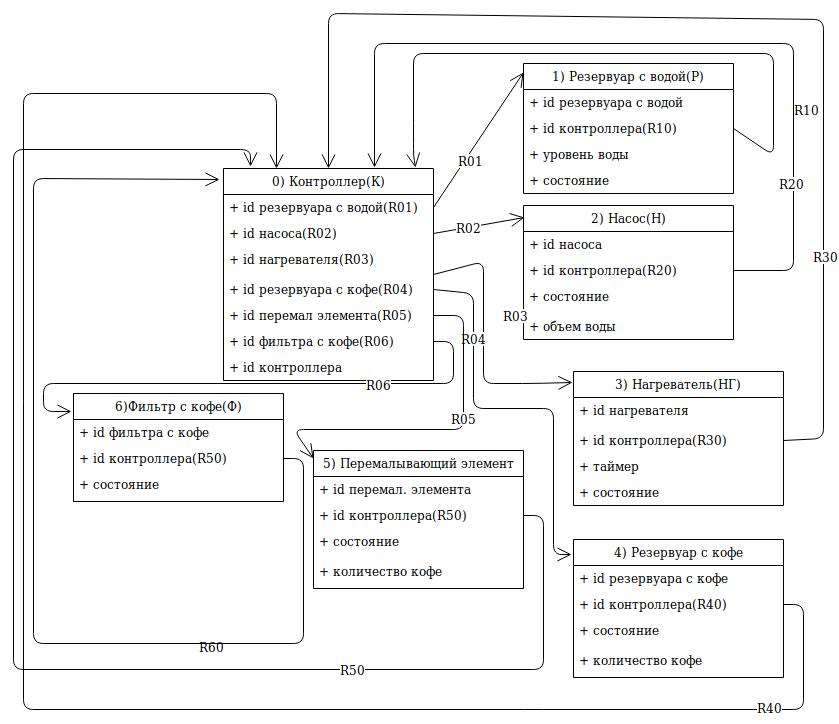
Before: oop/oop5/ER.png, a diagram exported from draw.io (ansushina/sem4). Source tidied: cells renumbered, new cells last; positions are measured from the earlier drawing's top-left corner, leaving out a move shared by most shapes.
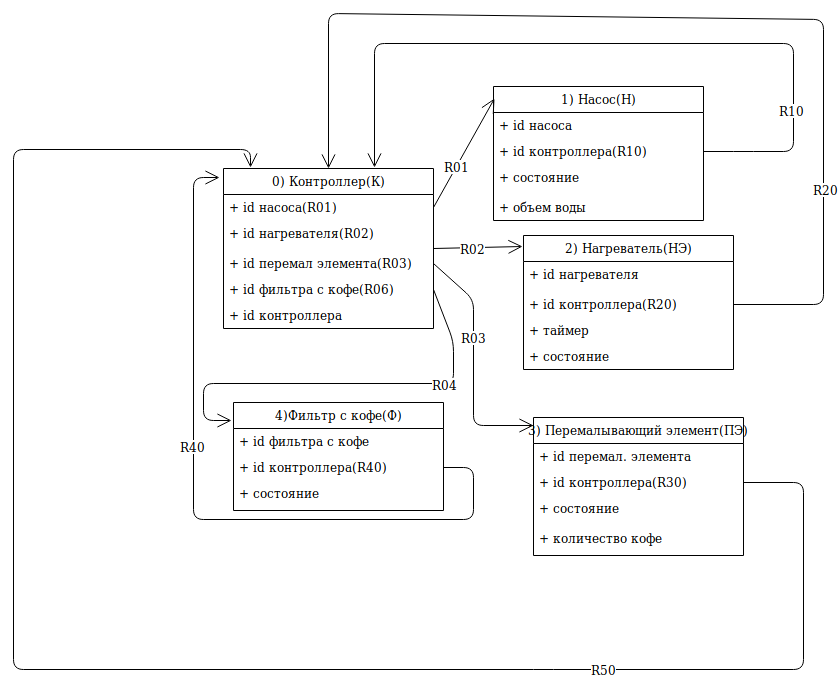
Later version of the same file.

The edit, as a diff of the source:
```diff
@@ -3,51 +3,30 @@
     <mxCell id="0" />
     <mxCell id="1" parent="0" />
     <mxCell id="2" value="0) Контроллер(К)" style="swimlane;fontStyle=0;horizontal=1;startSize=26;fillColor=none;" parent="1" vertex="1">
-      <mxGeometry x="210" y="155" width="210" height="212" as="geometry" />
+      <mxGeometry x="210" y="155" width="210" height="160" as="geometry" />
     </mxCell>
-    <mxCell id="3" value="+ id резервуара с водой(R01)" style="text;strokeColor=none;fillColor=none;align=left;verticalAlign=top;spacingLeft=4;spacingRight=4;overflow=hidden;points=[[0,0.5],[1,0.5]];portConstraint=eastwest;" parent="2" vertex="1">
-      <mxGeometry y="26" width="210" height="26" as="geometry" />
-    </mxCell>
-    <mxCell id="4" value="+ id насоса(R02)" style="text;strokeColor=none;fillColor=none;align=left;verticalAlign=top;spacingLeft=4;spacingRight=4;overflow=hidden;points=[[0,0.5],[1,0.5]];portConstraint=eastwest;" parent="2" vertex="1">
-      <mxGeometry y="52" width="210" height="26" as="geometry" />
+    <mxCell id="4" value="+ id насоса(R01)" style="text;strokeColor=none;fillColor=none;align=left;verticalAlign=top;spacingLeft=4;spacingRight=4;overflow=hidden;points=[[0,0.5],[1,0.5]];portConstraint=eastwest;" parent="2" vertex="1">
+      <mxGeometry y="26" width="210" height="26" as="geometry" />
     </mxCell>
-    <mxCell id="5" value="+ id нагревателя(R03)" style="text;strokeColor=none;fillColor=none;align=left;verticalAlign=top;spacingLeft=4;spacingRight=4;overflow=hidden;" parent="2" vertex="1">
-      <mxGeometry y="78" width="210" height="30" as="geometry" />
+    <mxCell id="5" value="+ id нагревателя(R02)" style="text;strokeColor=none;fillColor=none;align=left;verticalAlign=top;spacingLeft=4;spacingRight=4;overflow=hidden;" parent="2" vertex="1">
+      <mxGeometry y="52" width="210" height="30" as="geometry" />
     </mxCell>
-    <mxCell id="6" value="+ id резервуара с кофе(R04)" style="text;strokeColor=none;fillColor=none;align=left;verticalAlign=top;spacingLeft=4;spacingRight=4;overflow=hidden;points=[[0,0.5],[1,0.5]];portConstraint=eastwest;" parent="2" vertex="1">
-      <mxGeometry y="108" width="210" height="26" as="geometry" />
-    </mxCell>
-    <mxCell id="7" value="+ id перемал элемента(R05)" style="text;strokeColor=none;fillColor=none;align=left;verticalAlign=top;spacingLeft=4;spacingRight=4;overflow=hidden;points=[[0,0.5],[1,0.5]];portConstraint=eastwest;" parent="2" vertex="1">
-      <mxGeometry y="134" width="210" height="26" as="geometry" />
+    <mxCell id="7" value="+ id перемал элемента(R03)" style="text;strokeColor=none;fillColor=none;align=left;verticalAlign=top;spacingLeft=4;spacingRight=4;overflow=hidden;points=[[0,0.5],[1,0.5]];portConstraint=eastwest;" parent="2" vertex="1">
+      <mxGeometry y="82" width="210" height="26" as="geometry" />
     </mxCell>
     <mxCell id="8" value="+ id фильтра с кофе(R06)" style="text;strokeColor=none;fillColor=none;align=left;verticalAlign=top;spacingLeft=4;spacingRight=4;overflow=hidden;points=[[0,0.5],[1,0.5]];portConstraint=eastwest;" parent="2" vertex="1">
-      <mxGeometry y="160" width="210" height="26" as="geometry" />
+      <mxGeometry y="108" width="210" height="26" as="geometry" />
     </mxCell>
     <mxCell id="9" value="+ id контроллера" style="text;strokeColor=none;fillColor=none;align=left;verticalAlign=top;spacingLeft=4;spacingRight=4;overflow=hidden;" parent="2" vertex="1">
-      <mxGeometry y="186" width="210" height="26" as="geometry" />
+      <mxGeometry y="134" width="210" height="26" as="geometry" />
     </mxCell>
-    <mxCell id="10" value="1) Резервуар с водой(Р)" style="swimlane;fontStyle=0;horizontal=1;startSize=26;fillColor=none;" parent="1" vertex="1">
-      <mxGeometry x="510" y="50" width="210" height="130" as="geometry" />
-    </mxCell>
-    <mxCell id="11" value="+ id резервуара с водой" style="text;strokeColor=none;fillColor=none;align=left;verticalAlign=top;spacingLeft=4;spacingRight=4;overflow=hidden;" parent="10" vertex="1">
-      <mxGeometry y="26" width="210" height="26" as="geometry" />
-    </mxCell>
-    <mxCell id="12" value="+ id контроллера(R10)" style="text;strokeColor=none;fillColor=none;align=left;verticalAlign=top;spacingLeft=4;spacingRight=4;overflow=hidden;points=[[0,0.5],[1,0.5]];portConstraint=eastwest;" parent="10" vertex="1">
-      <mxGeometry y="52" width="210" height="26" as="geometry" />
-    </mxCell>
-    <mxCell id="13" value="+ уровень воды" style="text;strokeColor=none;fillColor=none;align=left;verticalAlign=top;spacingLeft=4;spacingRight=4;overflow=hidden;" parent="10" vertex="1">
-      <mxGeometry y="78" width="210" height="26" as="geometry" />
-    </mxCell>
-    <mxCell id="14" value="+ состояние" style="text;strokeColor=none;fillColor=none;align=left;verticalAlign=top;spacingLeft=4;spacingRight=4;overflow=hidden;" parent="10" vertex="1">
-      <mxGeometry y="104" width="210" height="26" as="geometry" />
-    </mxCell>
-    <mxCell id="15" value="2) Насос(Н)" style="swimlane;fontStyle=0;horizontal=1;startSize=26;fillColor=none;" parent="1" vertex="1">
-      <mxGeometry x="510" y="192" width="210" height="134" as="geometry" />
+    <mxCell id="15" value="1) Насос(Н)" style="swimlane;fontStyle=0;horizontal=1;startSize=26;fillColor=none;" parent="1" vertex="1">
+      <mxGeometry x="480" y="73" width="210" height="134" as="geometry" />
     </mxCell>
     <mxCell id="16" value="+ id насоса" style="text;strokeColor=none;fillColor=none;align=left;verticalAlign=top;spacingLeft=4;spacingRight=4;overflow=hidden;" parent="15" vertex="1">
       <mxGeometry y="26" width="210" height="26" as="geometry" />
     </mxCell>
-    <mxCell id="17" value="+ id контроллера(R20)" style="text;strokeColor=none;fillColor=none;align=left;verticalAlign=top;spacingLeft=4;spacingRight=4;overflow=hidden;points=[[0,0.5],[1,0.5]];portConstraint=eastwest;" parent="15" vertex="1">
+    <mxCell id="17" value="+ id контроллера(R10)" style="text;strokeColor=none;fillColor=none;align=left;verticalAlign=top;spacingLeft=4;spacingRight=4;overflow=hidden;points=[[0,0.5],[1,0.5]];portConstraint=eastwest;" parent="15" vertex="1">
       <mxGeometry y="52" width="210" height="26" as="geometry" />
     </mxCell>
     <mxCell id="18" value="+ состояние" style="text;strokeColor=none;fillColor=none;align=left;verticalAlign=top;spacingLeft=4;spacingRight=4;overflow=hidden;" parent="15" vertex="1">
@@ -56,13 +35,13 @@
     <mxCell id="19" value="+ объем воды" style="text;strokeColor=none;fillColor=none;align=left;verticalAlign=top;spacingLeft=4;spacingRight=4;overflow=hidden;" parent="15" vertex="1">
       <mxGeometry y="108" width="210" height="26" as="geometry" />
     </mxCell>
-    <mxCell id="20" value="3) Нагреватель(НГ)" style="swimlane;fontStyle=0;horizontal=1;startSize=26;fillColor=none;" parent="1" vertex="1">
-      <mxGeometry x="560" y="358" width="210" height="134" as="geometry" />
+    <mxCell id="20" value="2) Нагреватель(НЭ)" style="swimlane;fontStyle=0;horizontal=1;startSize=26;fillColor=none;" parent="1" vertex="1">
+      <mxGeometry x="510" y="222" width="210" height="134" as="geometry" />
     </mxCell>
     <mxCell id="21" value="+ id нагревателя" style="text;strokeColor=none;fillColor=none;align=left;verticalAlign=top;spacingLeft=4;spacingRight=4;overflow=hidden;" parent="20" vertex="1">
       <mxGeometry y="26" width="210" height="30" as="geometry" />
     </mxCell>
-    <mxCell id="22" value="+ id контроллера(R30)" style="text;strokeColor=none;fillColor=none;align=left;verticalAlign=top;spacingLeft=4;spacingRight=4;overflow=hidden;points=[[0,0.5],[1,0.5]];portConstraint=eastwest;" parent="20" vertex="1">
+    <mxCell id="22" value="+ id контроллера(R20)" style="text;strokeColor=none;fillColor=none;align=left;verticalAlign=top;spacingLeft=4;spacingRight=4;overflow=hidden;points=[[0,0.5],[1,0.5]];portConstraint=eastwest;" parent="20" vertex="1">
       <mxGeometry y="56" width="210" height="26" as="geometry" />
     </mxCell>
     <mxCell id="23" value="+ таймер" style="text;strokeColor=none;fillColor=none;align=left;verticalAlign=top;spacingLeft=4;spacingRight=4;overflow=hidden;" parent="20" vertex="1">
@@ -71,160 +50,90 @@
     <mxCell id="24" value="+ состояние" style="text;strokeColor=none;fillColor=none;align=left;verticalAlign=top;spacingLeft=4;spacingRight=4;overflow=hidden;" parent="20" vertex="1">
       <mxGeometry y="108" width="210" height="26" as="geometry" />
     </mxCell>
-    <mxCell id="25" value="4) Резервуар с кофе" style="swimlane;fontStyle=0;horizontal=1;startSize=26;fillColor=none;" parent="1" vertex="1">
-      <mxGeometry x="560" y="526" width="210" height="138" as="geometry" />
-    </mxCell>
-    <mxCell id="26" value="+ id резервуара с кофе" style="text;strokeColor=none;fillColor=none;align=left;verticalAlign=top;spacingLeft=4;spacingRight=4;overflow=hidden;" parent="25" vertex="1">
-      <mxGeometry y="26" width="210" height="26" as="geometry" />
-    </mxCell>
-    <mxCell id="27" value="+ id контроллера(R40)" style="text;strokeColor=none;fillColor=none;align=left;verticalAlign=top;spacingLeft=4;spacingRight=4;overflow=hidden;points=[[0,0.5],[1,0.5]];portConstraint=eastwest;" parent="25" vertex="1">
-      <mxGeometry y="52" width="210" height="26" as="geometry" />
-    </mxCell>
-    <mxCell id="28" value="+ состояние" style="text;strokeColor=none;fillColor=none;align=left;verticalAlign=top;spacingLeft=4;spacingRight=4;overflow=hidden;" parent="25" vertex="1">
-      <mxGeometry y="78" width="210" height="30" as="geometry" />
-    </mxCell>
-    <mxCell id="29" value="+ количество кофе" style="text;strokeColor=none;fillColor=none;align=left;verticalAlign=top;spacingLeft=4;spacingRight=4;overflow=hidden;" parent="25" vertex="1">
-      <mxGeometry y="108" width="210" height="30" as="geometry" />
-    </mxCell>
-    <mxCell id="30" value="6)Фильтр с кофе(Ф)" style="swimlane;fontStyle=0;horizontal=1;startSize=26;fillColor=none;" parent="1" vertex="1">
-      <mxGeometry x="60" y="380" width="210" height="108" as="geometry" />
+    <mxCell id="30" value="4)Фильтр с кофе(Ф)" style="swimlane;fontStyle=0;horizontal=1;startSize=26;fillColor=none;" parent="1" vertex="1">
+      <mxGeometry x="220" y="389" width="210" height="108" as="geometry" />
     </mxCell>
     <mxCell id="31" value="+ id фильтра с кофе" style="text;strokeColor=none;fillColor=none;align=left;verticalAlign=top;spacingLeft=4;spacingRight=4;overflow=hidden;" parent="30" vertex="1">
       <mxGeometry y="26" width="210" height="26" as="geometry" />
     </mxCell>
-    <mxCell id="32" value="+ id контроллера(R50)" style="text;strokeColor=none;fillColor=none;align=left;verticalAlign=top;spacingLeft=4;spacingRight=4;overflow=hidden;points=[[0,0.5],[1,0.5]];portConstraint=eastwest;" parent="30" vertex="1">
+    <mxCell id="32" value="+ id контроллера(R40)" style="text;strokeColor=none;fillColor=none;align=left;verticalAlign=top;spacingLeft=4;spacingRight=4;overflow=hidden;points=[[0,0.5],[1,0.5]];portConstraint=eastwest;" parent="30" vertex="1">
       <mxGeometry y="52" width="210" height="26" as="geometry" />
     </mxCell>
     <mxCell id="33" value="+ состояние" style="text;strokeColor=none;fillColor=none;align=left;verticalAlign=top;spacingLeft=4;spacingRight=4;overflow=hidden;" parent="30" vertex="1">
       <mxGeometry y="78" width="210" height="30" as="geometry" />
     </mxCell>
-    <mxCell id="34" style="endArrow=open;endFill=1;endSize=12;html=1;exitX=1;exitY=0.5;exitDx=0;exitDy=0;entryX=0;entryY=0.067;entryDx=0;entryDy=0;entryPerimeter=0;" parent="1" edge="1" source="3" target="10">
-      <mxGeometry relative="1" as="geometry" />
-    </mxCell>
-    <mxCell id="35" value="R01" style="text;html=1;align=center;verticalAlign=middle;labelBackgroundColor=#ffffff;" parent="34" vertex="1">
-      <mxGeometry x="-0.26" y="-5" relative="1" as="geometry" />
-    </mxCell>
     <mxCell id="36" style="endArrow=open;endFill=1;endSize=12;html=1;exitX=1;exitY=0.5;exitDx=0;exitDy=0;entryX=0.005;entryY=0.09;entryDx=0;entryDy=0;entryPerimeter=0;" parent="1" edge="1" source="4" target="15">
       <mxGeometry relative="1" as="geometry" />
     </mxCell>
-    <mxCell id="37" value="R02" style="text;html=1;align=center;verticalAlign=middle;labelBackgroundColor=#ffffff;" parent="36" vertex="1">
+    <mxCell id="37" value="R01" style="text;html=1;align=center;verticalAlign=middle;labelBackgroundColor=#ffffff;" parent="36" vertex="1">
       <mxGeometry x="-0.23" relative="1" as="geometry" />
     </mxCell>
     <mxCell id="38" style="endArrow=open;endFill=1;endSize=12;html=1;exitX=1;exitY=0.5;exitDx=0;exitDy=0;entryX=-0.005;entryY=0.082;entryDx=0;entryDy=0;entryPerimeter=0;" parent="1" edge="1" source="2" target="20">
-      <mxGeometry relative="1" as="geometry">
-        <Array as="points">
-          <mxPoint x="470" y="248" />
-          <mxPoint x="470" y="370" />
-          <mxPoint x="519" y="370" />
-        </Array>
-      </mxGeometry>
+      <mxGeometry relative="1" as="geometry" />
     </mxCell>
-    <mxCell id="39" value="R03" style="text;html=1;align=center;verticalAlign=middle;labelBackgroundColor=#ffffff;" parent="38" vertex="1">
+    <mxCell id="39" value="R02" style="text;html=1;align=center;verticalAlign=middle;labelBackgroundColor=#ffffff;" parent="38" vertex="1">
       <mxGeometry x="-0.62" y="-27" relative="1" as="geometry">
-        <mxPoint x="27" y="27" as="offset" />
+        <mxPoint x="21" y="-27" as="offset" />
       </mxGeometry>
     </mxCell>
-    <mxCell id="40" style="endArrow=open;endFill=1;endSize=12;html=1;exitX=1;exitY=0.5;exitDx=0;exitDy=0;entryX=-0.01;entryY=0.109;entryDx=0;entryDy=0;entryPerimeter=0;" parent="1" edge="1" source="6" target="25">
-      <mxGeometry relative="1" as="geometry">
-        <Array as="points">
-          <mxPoint x="460" y="280" />
-          <mxPoint x="460" y="395" />
-          <mxPoint x="540" y="395" />
-          <mxPoint x="540" y="541" />
-        </Array>
-      </mxGeometry>
-    </mxCell>
-    <mxCell id="41" value="R04" style="text;html=1;align=center;verticalAlign=middle;labelBackgroundColor=#ffffff;" parent="40" vertex="1">
-      <mxGeometry x="-0.57" relative="1" as="geometry" />
-    </mxCell>
     <mxCell id="42" style="endArrow=open;endFill=1;endSize=12;html=1;entryX=-0.01;entryY=0.167;entryDx=0;entryDy=0;exitX=1;exitY=0.5;exitDx=0;exitDy=0;entryPerimeter=0;" parent="1" edge="1" source="8" target="30">
       <mxGeometry relative="1" as="geometry">
         <Array as="points">
           <mxPoint x="440" y="328" />
           <mxPoint x="440" y="370" />
-          <mxPoint x="30" y="370" />
-          <mxPoint x="30" y="398" />
+          <mxPoint x="190" y="370" />
+          <mxPoint x="190" y="407" />
         </Array>
       </mxGeometry>
     </mxCell>
-    <mxCell id="43" value="R06" style="text;html=1;align=center;verticalAlign=middle;labelBackgroundColor=#ffffff;" parent="42" vertex="1">
+    <mxCell id="43" value="R04" style="text;html=1;align=center;verticalAlign=middle;labelBackgroundColor=#ffffff;" parent="42" vertex="1">
       <mxGeometry x="-0.48" relative="1" as="geometry" />
     </mxCell>
-    <mxCell id="44" style="endArrow=open;endFill=1;endSize=12;html=1;elbow=vertical;exitX=1;exitY=0.5;exitDx=0;exitDy=0;entryX=0.914;entryY=-0.005;entryDx=0;entryDy=0;entryPerimeter=0;" parent="1" edge="1" source="12" target="2">
-      <mxGeometry relative="1" as="geometry">
-        <Array as="points">
-          <mxPoint x="760" y="142" />
-          <mxPoint x="760" y="40" />
-          <mxPoint x="400" y="40" />
-          <mxPoint x="400" y="120" />
-          <mxPoint x="400" y="142" />
-        </Array>
-      </mxGeometry>
-    </mxCell>
-    <mxCell id="45" value="R10" style="text;html=1;align=center;verticalAlign=middle;labelBackgroundColor=#ffffff;" parent="44" vertex="1">
-      <mxGeometry x="-0.87" y="23" relative="1" as="geometry">
-        <mxPoint x="26" y="-23" as="offset" />
-      </mxGeometry>
-    </mxCell>
     <mxCell id="46" style="endArrow=open;endFill=1;endSize=12;html=1;exitX=1;exitY=0.5;exitDx=0;exitDy=0;entryX=0.719;entryY=-0.005;entryDx=0;entryDy=0;entryPerimeter=0;" parent="1" edge="1" source="17" target="2">
       <mxGeometry relative="1" as="geometry">
         <Array as="points">
-          <mxPoint x="780" y="257" />
+          <mxPoint x="730" y="138" />
+          <mxPoint x="780" y="138" />
           <mxPoint x="780" y="30" />
           <mxPoint x="361" y="30" />
         </Array>
       </mxGeometry>
     </mxCell>
-    <mxCell id="47" value="R20" style="text;html=1;align=center;verticalAlign=middle;labelBackgroundColor=#ffffff;" parent="46" vertex="1">
+    <mxCell id="47" value="R10" style="text;html=1;align=center;verticalAlign=middle;labelBackgroundColor=#ffffff;" parent="46" vertex="1">
       <mxGeometry x="-0.64" y="2" relative="1" as="geometry" />
     </mxCell>
     <mxCell id="48" style="endArrow=open;endFill=1;endSize=12;html=1;exitX=1;exitY=0.5;exitDx=0;exitDy=0;entryX=0.5;entryY=0;entryDx=0;entryDy=0;" parent="1" edge="1" source="22" target="2">
       <mxGeometry relative="1" as="geometry">
         <Array as="points">
-          <mxPoint x="810" y="425" />
+          <mxPoint x="810" y="291" />
           <mxPoint x="810" y="6" />
           <mxPoint x="315" />
         </Array>
       </mxGeometry>
     </mxCell>
-    <mxCell id="49" value="R30" style="text;html=1;align=center;verticalAlign=middle;labelBackgroundColor=#ffffff;" parent="48" vertex="1">
+    <mxCell id="49" value="R20" style="text;html=1;align=center;verticalAlign=middle;labelBackgroundColor=#ffffff;" parent="48" vertex="1">
       <mxGeometry x="-0.6" y="-2" relative="1" as="geometry" />
     </mxCell>
-    <mxCell id="50" style="endArrow=open;endFill=1;endSize=12;html=1;exitX=1;exitY=0.5;exitDx=0;exitDy=0;entryX=0.25;entryY=0;entryDx=0;entryDy=0;" parent="1" edge="1" source="27" target="2">
-      <mxGeometry relative="1" as="geometry">
-        <Array as="points">
-          <mxPoint x="790" y="591" />
-          <mxPoint x="790" y="696" />
-          <mxPoint x="520" y="696" />
-          <mxPoint x="10" y="696" />
-          <mxPoint x="10" y="80" />
-          <mxPoint x="263" y="80" />
-        </Array>
-      </mxGeometry>
-    </mxCell>
+    <mxCell id="52" style="endArrow=open;endFill=1;endSize=12;html=1;exitX=1;exitY=0.5;exitDx=0;exitDy=0;entryX=-0.019;entryY=0.054;entryDx=0;entryDy=0;entryPerimeter=0;" parent="1" edge="1" source="32" target="2">
+      <mxGeometry relative="1" as="geometry">
+        <Array as="points">
+          <mxPoint x="460" y="454" />
+          <mxPoint x="460" y="506" />
+          <mxPoint x="180" y="506" />
+          <mxPoint x="180" y="164" />
+        </Array>
+      </mxGeometry>
+    </mxCell>
-    <mxCell id="51" value="R40" style="text;html=1;align=center;verticalAlign=middle;labelBackgroundColor=#ffffff;" parent="50" vertex="1">
-      <mxGeometry x="-0.83" y="-3" relative="1" as="geometry" />
+    <mxCell id="51" value="R40" style="text;html=1;align=center;verticalAlign=middle;labelBackgroundColor=#ffffff;" parent="52" vertex="1">
+      <mxGeometry x="0.19" y="1" relative="1" as="geometry" />
     </mxCell>
-    <mxCell id="52" style="endArrow=open;endFill=1;endSize=12;html=1;exitX=1;exitY=0.5;exitDx=0;exitDy=0;entryX=-0.019;entryY=0.054;entryDx=0;entryDy=0;entryPerimeter=0;" parent="1" edge="1" source="32" target="2">
-      <mxGeometry relative="1" as="geometry">
-        <Array as="points">
-          <mxPoint x="290" y="445" />
-          <mxPoint x="290" y="630" />
-          <mxPoint x="20" y="630" />
-          <mxPoint x="20" y="165" />
-        </Array>
-      </mxGeometry>
-    </mxCell>
-    <mxCell id="53" value="R60" style="text;html=1;align=left;verticalAlign=top;spacingTop=-4;" parent="1" vertex="1">
-      <mxGeometry x="184" y="624" width="40" height="20" as="geometry" />
-    </mxCell>
-    <mxCell id="54" value="5) Перемалывающий элемент" style="swimlane;fontStyle=0;horizontal=1;startSize=26;fillColor=none;" parent="1" vertex="1">
-      <mxGeometry x="300" y="437" width="210" height="138" as="geometry" />
+    <mxCell id="54" value="3) Перемалывающий элемент(ПЭ)" style="swimlane;fontStyle=0;horizontal=1;startSize=26;fillColor=none;" parent="1" vertex="1">
+      <mxGeometry x="520" y="404" width="210" height="138" as="geometry" />
     </mxCell>
     <mxCell id="55" value="+ id перемал. элемента" style="text;strokeColor=none;fillColor=none;align=left;verticalAlign=top;spacingLeft=4;spacingRight=4;overflow=hidden;" parent="54" vertex="1">
       <mxGeometry y="26" width="210" height="26" as="geometry" />
     </mxCell>
-    <mxCell id="56" value="+ id контроллера(R50)" style="text;strokeColor=none;fillColor=none;align=left;verticalAlign=top;spacingLeft=4;spacingRight=4;overflow=hidden;points=[[0,0.5],[1,0.5]];portConstraint=eastwest;" parent="54" vertex="1">
+    <mxCell id="56" value="+ id контроллера(R30)" style="text;strokeColor=none;fillColor=none;align=left;verticalAlign=top;spacingLeft=4;spacingRight=4;overflow=hidden;points=[[0,0.5],[1,0.5]];portConstraint=eastwest;" parent="54" vertex="1">
       <mxGeometry y="52" width="210" height="26" as="geometry" />
     </mxCell>
     <mxCell id="57" value="+ состояние" style="text;strokeColor=none;fillColor=none;align=left;verticalAlign=top;spacingLeft=4;spacingRight=4;overflow=hidden;" parent="54" vertex="1">
@@ -236,19 +145,19 @@
     <mxCell id="59" style="endArrow=open;endFill=1;endSize=12;html=1;exitX=1;exitY=0.5;exitDx=0;exitDy=0;entryX=0;entryY=0.058;entryDx=0;entryDy=0;entryPerimeter=0;" parent="1" edge="1" source="7" target="54">
       <mxGeometry relative="1" as="geometry">
         <Array as="points">
-          <mxPoint x="450" y="302" />
-          <mxPoint x="450" y="416" />
-          <mxPoint x="280" y="416" />
+          <mxPoint x="460" y="286" />
+          <mxPoint x="460" y="412" />
         </Array>
       </mxGeometry>
     </mxCell>
-    <mxCell id="60" value="R05" style="text;html=1;align=center;verticalAlign=middle;labelBackgroundColor=#ffffff;" parent="59" vertex="1">
+    <mxCell id="60" value="R03" style="text;html=1;align=center;verticalAlign=middle;labelBackgroundColor=#ffffff;" parent="59" vertex="1">
       <mxGeometry x="-0.24" relative="1" as="geometry" />
     </mxCell>
     <mxCell id="61" style="endArrow=open;endFill=1;endSize=12;html=1;exitX=1;exitY=0.5;exitDx=0;exitDy=0;entryX=0.129;entryY=-0.009;entryDx=0;entryDy=0;entryPerimeter=0;" parent="1" edge="1" source="56" target="2">
       <mxGeometry relative="1" as="geometry">
         <Array as="points">
-          <mxPoint x="530" y="502" />
+          <mxPoint x="790" y="469" />
+          <mxPoint x="790" y="656" />
           <mxPoint x="530" y="656" />
           <mxPoint y="656" />
           <mxPoint y="136" />
```
